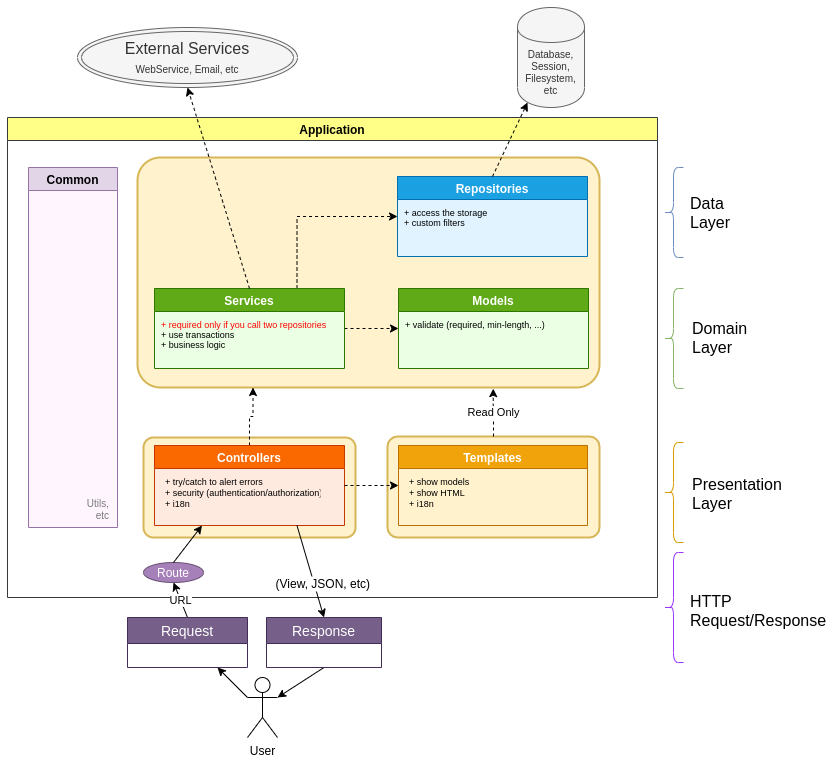
This is docs/architecture/layers.png from winframework/winphp, a draw.io export, as it was before one commit. Source tidied: cells renumbered, new cells last; positions are measured from the earlier drawing's top-left corner, leaving out a move shared by most shapes.
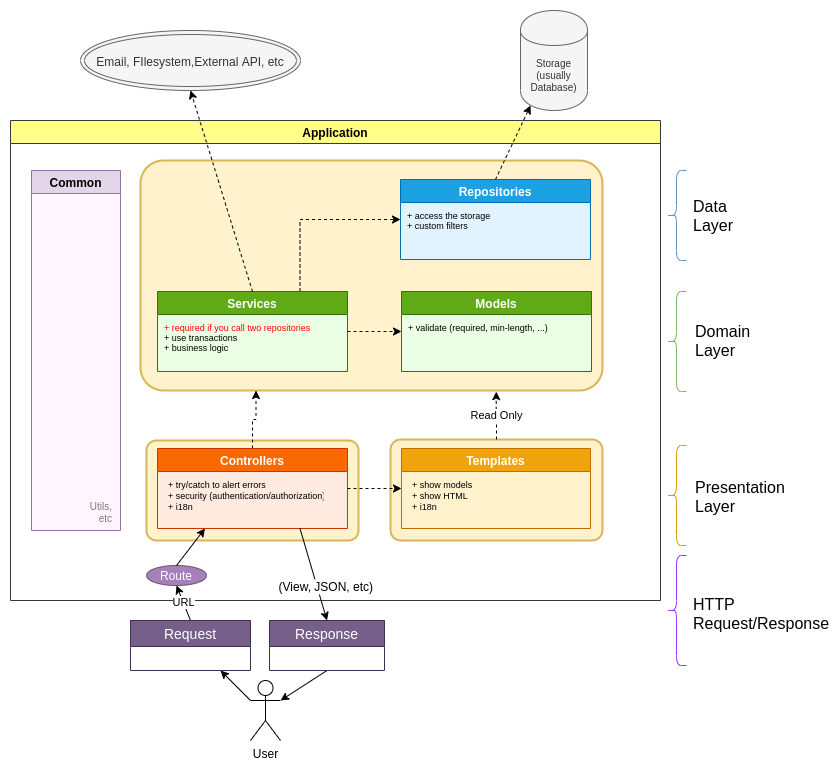
After the change.

Diff of the diagram source:
```diff
@@ -68,8 +68,8 @@
     <mxCell id="21" value="Services" style="swimlane;startSize=23;fillColor=#60a917;strokeColor=#2D7600;fontColor=#ffffff;swimlaneFillColor=#EAFFE3;" parent="4" vertex="1">
       <mxGeometry x="147" y="171" width="190" height="80" as="geometry" />
     </mxCell>
-    <mxCell id="22" value="&lt;font style=&quot;font-size: 9px&quot;&gt;&lt;font style=&quot;font-size: 9px&quot; color=&quot;#ff0303&quot;&gt;+ required only if you call two repositories&lt;br style=&quot;font-size: 9px&quot;&gt;&lt;/font&gt;+ use transactions&lt;br style=&quot;font-size: 9px&quot;&gt;+ business logic&lt;br&gt;&lt;/font&gt;" style="text;html=1;align=left;verticalAlign=top;spacingTop=0;horizontal=1;fontSize=9;spacing=2;" parent="21" vertex="1">
-      <mxGeometry x="5" y="25" width="180" height="40" as="geometry" />
+    <mxCell id="22" value="&lt;font style=&quot;font-size: 9px&quot;&gt;&lt;font style=&quot;font-size: 9px&quot; color=&quot;#ff0303&quot;&gt;+ required if you call two repositories&lt;br style=&quot;font-size: 9px&quot;&gt;&lt;/font&gt;+ use transactions&lt;br style=&quot;font-size: 9px&quot;&gt;+ business logic&lt;br&gt;&lt;/font&gt;" style="text;html=1;align=left;verticalAlign=top;spacingTop=0;horizontal=1;fontSize=9;spacing=2;" parent="21" vertex="1">
+      <mxGeometry x="5" y="25" width="170" height="40" as="geometry" />
     </mxCell>
     <mxCell id="23" style="rounded=1;arcSize=10;strokeColor=#d6b656;fillColor=#fff2cc;strokeWidth=2;align=center;verticalAlign=bottom;fontColor=#B07D4D;fontSize=9;spacingRight=5;" parent="4" vertex="1">
       <mxGeometry x="380" y="319" width="212" height="101" as="geometry" />
@@ -78,7 +78,7 @@
       <mxGeometry x="391" y="328" width="189" height="80" as="geometry" />
     </mxCell>
     <mxCell id="25" value="+ show models&#10;+ show HTML&#10;+ i18n" style="text;strokeColor=none;fillColor=none;align=left;verticalAlign=top;spacingLeft=4;spacingRight=4;overflow=hidden;fontSize=9;" parent="24" vertex="1">
-      <mxGeometry x="5" y="25" width="75" height="55" as="geometry" />
+      <mxGeometry x="5" y="25" width="155" height="55" as="geometry" />
     </mxCell>
     <mxCell id="26" style="edgeStyle=orthogonalEdgeStyle;rounded=0;jettySize=auto;html=1;exitX=1;exitY=0.5;exitDx=0;exitDy=0;entryX=0;entryY=0.5;entryDx=0;entryDy=0;dashed=1;" parent="4" edge="1" source="9" target="24">
       <mxGeometry relative="1" as="geometry" />
@@ -101,7 +101,7 @@
     <mxCell id="32" style="endArrow=classic;html=1;entryX=0.75;entryY=1;entryDx=0;entryDy=0;exitX=0;exitY=0.3333333333333333;exitDx=0;exitDy=0;exitPerimeter=0;" parent="1" edge="1" source="3" target="50">
       <mxGeometry relative="1" as="geometry" />
     </mxCell>
-    <mxCell id="33" value="Database,&lt;br style=&quot;font-size: 10px;&quot;&gt;Session,&lt;br style=&quot;font-size: 10px;&quot;&gt;Filesystem,&lt;br style=&quot;font-size: 10px;&quot;&gt;etc" style="shape=cylinder;whiteSpace=wrap;html=1;boundedLbl=1;backgroundOutline=1;fontSize=10;fontColor=#333333;fillColor=#f5f5f5;strokeColor=#666666;" parent="1" vertex="1">
+    <mxCell id="33" value="Storage&lt;br&gt;(usually Database)" style="shape=cylinder;whiteSpace=wrap;html=1;boundedLbl=1;backgroundOutline=1;fontSize=10;fontColor=#333333;fillColor=#f5f5f5;strokeColor=#666666;" parent="1" vertex="1">
       <mxGeometry x="510" width="67" height="100" as="geometry" />
     </mxCell>
     <mxCell id="34" style="shape=curlyBracket;whiteSpace=wrap;html=1;rounded=1;gradientColor=#7ea6e0;fillColor=#dae8fc;strokeColor=#6c8ebf;" parent="1" vertex="1">
@@ -131,7 +131,7 @@
     <mxCell id="42" value="&lt;font style=&quot;font-size: 16px&quot;&gt;HTTP Request/Response&lt;br style=&quot;font-size: 16px&quot;&gt;&lt;/font&gt;" style="text;html=1;strokeColor=none;fillColor=none;align=left;verticalAlign=middle;whiteSpace=wrap;rounded=0;horizontal=1;fontSize=16;" parent="1" vertex="1">
       <mxGeometry x="681" y="587.5" width="98" height="31" as="geometry" />
     </mxCell>
-    <mxCell id="43" value="External Services&lt;br&gt;&lt;font style=&quot;font-size: 10px&quot;&gt;WebService, Email, etc&lt;/font&gt;" style="ellipse;shape=doubleEllipse;whiteSpace=wrap;html=1;labelBackgroundColor=none;fillColor=#f5f5f5;fontSize=16;fontColor=#333333;align=center;strokeColor=#666666;" parent="1" vertex="1">
+    <mxCell id="43" value="&lt;font style=&quot;font-size: 12px&quot;&gt;Email, FIlesystem,External API, etc&lt;/font&gt;" style="ellipse;shape=doubleEllipse;whiteSpace=wrap;html=1;labelBackgroundColor=none;fillColor=#f5f5f5;fontSize=16;fontColor=#333333;align=center;strokeColor=#666666;" parent="1" vertex="1">
       <mxGeometry x="70" y="20" width="220" height="60" as="geometry" />
     </mxCell>
     <mxCell id="44" style="edgeStyle=orthogonalEdgeStyle;rounded=0;orthogonalLoop=1;jettySize=auto;html=1;exitX=0.5;exitY=0;exitDx=0;exitDy=0;endArrow=classic;endFill=0;strokeColor=#7A7A7A;" parent="1" edge="1">
```
